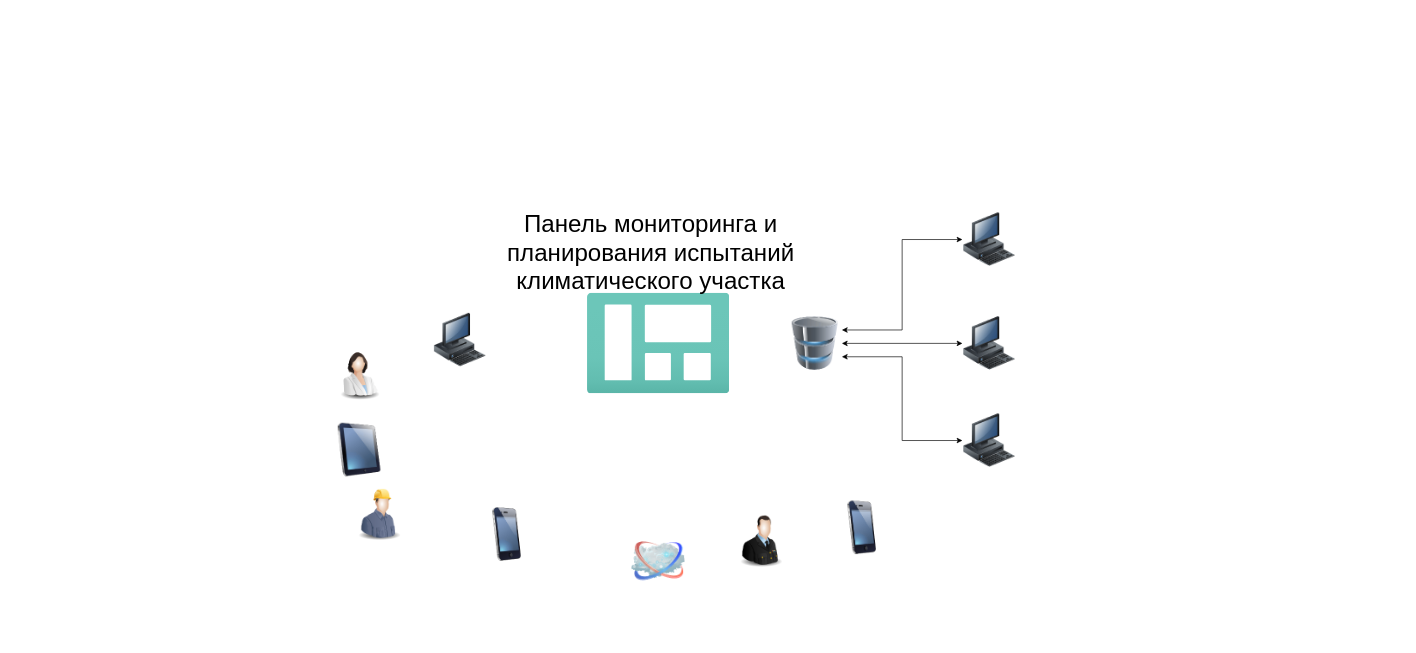
Earlier version of the draw.io diagram Topology.drawio (wolkoduff/-). Source tidied: cells renumbered, new cells numbered last; positions are measured from the earlier drawing's top-left corner, leaving out a move shared by most shapes. Both pictures are drawn from the tidied source at 67%, with x=0, y=0 at pixel (332, 202).
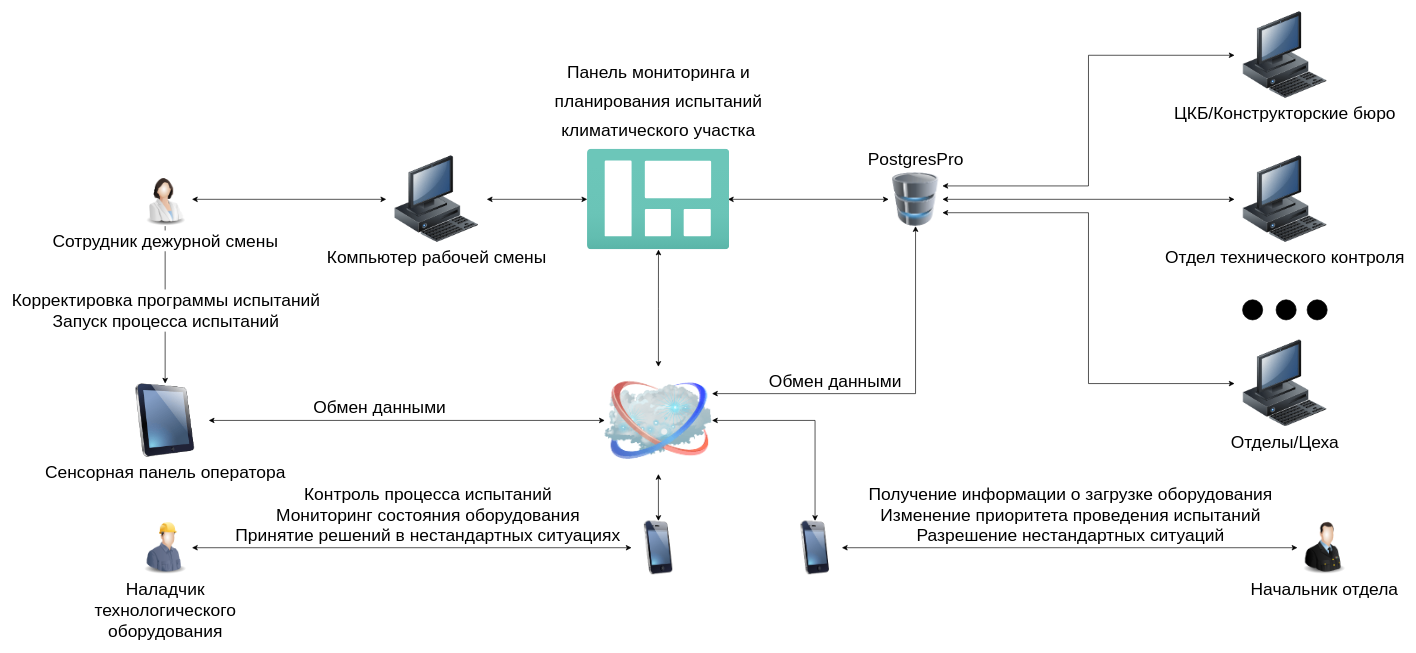
The same diagram, later.

What changed in the source:
```diff
@@
-    <mxCell id="2" style="image;html=1;image=img/lib/clip_art/people/Construction_Worker_Man_128x128.png;" parent="1" vertex="1">
-      <mxGeometry x="30" y="425" width="80" height="80" as="geometry" />
+    <mxCell id="2" value="&lt;font style=&quot;font-size: 26px&quot;&gt;Наладчик&lt;br&gt;технологического&lt;br&gt;оборудования&lt;br&gt;&lt;/font&gt;" style="image;html=1;image=img/lib/clip_art/people/Construction_Worker_Man_128x128.png;labelBackgroundColor=none;" parent="1" vertex="1">
+      <mxGeometry x="-290" y="475" width="80" height="80" as="geometry" />
     </mxCell>
+    <mxCell id="19" style="edgeStyle=orthogonalEdgeStyle;rounded=0;jettySize=auto;html=1;exitX=0;exitY=0.5;exitDx=0;exitDy=0;startArrow=classic;startFill=1;" parent="1" edge="1" source="3" target="15">
+      <mxGeometry relative="1" as="geometry" />
+    </mxCell>
+    <mxCell id="20" value="&lt;font style=&quot;font-size: 26px&quot;&gt;Получение информации о загрузке оборудования&lt;br&gt;Изменение приоритета проведения испытаний&lt;br&gt;Разрешение нестандартных ситуаций&lt;/font&gt;" style="edgeLabel;html=1;align=center;verticalAlign=middle;labelBackgroundColor=none;" parent="19" vertex="1">
+      <mxGeometry x="0.23" y="1" relative="1" as="geometry">
+        <mxPoint x="78" y="-51" as="offset" />
+      </mxGeometry>
+    </mxCell>
-    <mxCell id="3" style="image;html=1;image=img/lib/clip_art/people/Military_Officer_128x128.png;" parent="1" vertex="1">
-      <mxGeometry x="600" y="465" width="80" height="80" as="geometry" />
+    <mxCell id="3" value="&lt;font style=&quot;font-size: 26px&quot;&gt;Начальник отдела&lt;/font&gt;" style="image;html=1;image=img/lib/clip_art/people/Military_Officer_128x128.png;labelBackgroundColor=none;" parent="1" vertex="1">
+      <mxGeometry x="1440" y="475" width="80" height="80" as="geometry" />
     </mxCell>
+    <mxCell id="21" style="edgeStyle=orthogonalEdgeStyle;rounded=0;jettySize=auto;html=1;exitX=1;exitY=0.5;exitDx=0;exitDy=0;entryX=0;entryY=0.5;entryDx=0;entryDy=0;startArrow=classic;startFill=1;" parent="1" edge="1" source="4" target="37">
+      <mxGeometry relative="1" as="geometry" />
+    </mxCell>
+    <mxCell id="22" style="edgeStyle=orthogonalEdgeStyle;rounded=0;jettySize=auto;html=1;exitX=0.5;exitY=1;exitDx=0;exitDy=0;entryX=0.5;entryY=0;entryDx=0;entryDy=0;startArrow=none;startFill=0;" parent="1" edge="1" source="4" target="10">
+      <mxGeometry relative="1" as="geometry" />
+    </mxCell>
+    <mxCell id="23" value="&lt;font style=&quot;font-size: 26px&quot;&gt;Корректировка программы испытаний&lt;br&gt;Запуск процесса испытаний&lt;/font&gt;" style="edgeLabel;html=1;align=center;verticalAlign=middle;labelBackgroundColor=#ffffff;" parent="22" vertex="1">
+      <mxGeometry x="0.22" y="-3" relative="1" as="geometry">
+        <mxPoint x="3" y="-18" as="offset" />
+      </mxGeometry>
+    </mxCell>
-    <mxCell id="4" style="image;html=1;image=img/lib/clip_art/people/Scientist_Woman_128x128.png;" parent="1" vertex="1">
-      <mxGeometry y="215" width="80" height="80" as="geometry" />
+    <mxCell id="4" value="&lt;font style=&quot;font-size: 26px&quot;&gt;Сотрудник дежурной смены&lt;/font&gt;" style="image;html=1;image=img/lib/clip_art/people/Scientist_Woman_128x128.png;labelBackgroundColor=#ffffff;" parent="1" vertex="1">
+      <mxGeometry x="-290" y="-45" width="80" height="80" as="geometry" />
     </mxCell>
@@
-    <mxCell id="6" style="edgeStyle=orthogonalEdgeStyle;rounded=0;jettySize=auto;html=1;exitX=1;exitY=0.5;exitDx=0;exitDy=0;entryX=0;entryY=0.5;entryDx=0;entryDy=0;startArrow=classic;startFill=1;" parent="1" edge="1" source="8" target="13">
+    <mxCell id="6" style="edgeStyle=orthogonalEdgeStyle;rounded=0;jettySize=auto;html=1;exitX=1;exitY=0.5;exitDx=0;exitDy=0;startArrow=classic;startFill=1;" parent="1" edge="1" source="8" target="34">
       <mxGeometry relative="1" as="geometry" />
     </mxCell>
-    <mxCell id="7" style="edgeStyle=orthogonalEdgeStyle;rounded=0;jettySize=auto;html=1;exitX=1;exitY=0.75;exitDx=0;exitDy=0;entryX=0;entryY=0.5;entryDx=0;entryDy=0;startArrow=classic;startFill=1;" parent="1" edge="1" source="8" target="14">
+    <mxCell id="7" style="edgeStyle=orthogonalEdgeStyle;rounded=0;jettySize=auto;html=1;exitX=1;exitY=0.75;exitDx=0;exitDy=0;entryX=0;entryY=0.5;entryDx=0;entryDy=0;startArrow=classic;startFill=1;" parent="1" edge="1" source="8" target="35">
       <mxGeometry relative="1" as="geometry" />
     </mxCell>
+    <mxCell id="24" style="edgeStyle=orthogonalEdgeStyle;rounded=0;jettySize=auto;html=1;exitX=0;exitY=0.5;exitDx=0;exitDy=0;entryX=0.988;entryY=0.5;entryDx=0;entryDy=0;entryPerimeter=0;startArrow=classic;startFill=1;" parent="1" edge="1" source="8" target="17">
+      <mxGeometry relative="1" as="geometry" />
+    </mxCell>
     <mxCell id="8" style="image;html=1;image=img/lib/clip_art/computers/Database_128x128.png;" parent="1" vertex="1">
-      <mxGeometry x="680" y="170" width="80" height="80" as="geometry" />
+      <mxGeometry x="830" y="-45" width="80" height="80" as="geometry" />
     </mxCell>
+    <mxCell id="25" style="edgeStyle=orthogonalEdgeStyle;rounded=0;jettySize=auto;html=1;exitX=0.5;exitY=0;exitDx=0;exitDy=0;startArrow=classic;startFill=1;" parent="1" edge="1" source="9" target="17">
+      <mxGeometry relative="1" as="geometry" />
+    </mxCell>
+    <mxCell id="26" style="edgeStyle=orthogonalEdgeStyle;rounded=0;jettySize=auto;html=1;startArrow=classic;startFill=1;exitX=1;exitY=0.25;exitDx=0;exitDy=0;" parent="1" edge="1" source="9" target="8">
+      <mxGeometry relative="1" as="geometry" />
+    </mxCell>
+    <mxCell id="27" value="&lt;font style=&quot;font-size: 26px&quot;&gt;Обмен данными&lt;/font&gt;" style="edgeLabel;html=1;align=center;verticalAlign=middle;labelBackgroundColor=none;" parent="26" vertex="1">
+      <mxGeometry x="-0.04" y="2" relative="1" as="geometry">
+        <mxPoint x="-83" y="-18" as="offset" />
+      </mxGeometry>
+    </mxCell>
     <mxCell id="9" style="image;html=1;image=img/lib/clip_art/networking/Cloud_128x128.png;" parent="1" vertex="1">
-      <mxGeometry x="446.2" y="495" width="80" height="80" as="geometry" />
+      <mxGeometry x="406.2" y="245" width="160" height="160" as="geometry" />
     </mxCell>
+    <mxCell id="28" style="edgeStyle=orthogonalEdgeStyle;rounded=0;jettySize=auto;html=1;exitX=1;exitY=0.5;exitDx=0;exitDy=0;entryX=0;entryY=0.5;entryDx=0;entryDy=0;startArrow=classic;startFill=1;" parent="1" edge="1" source="10" target="9">
+      <mxGeometry relative="1" as="geometry" />
+    </mxCell>
+    <mxCell id="29" value="&lt;font style=&quot;font-size: 26px&quot;&gt;Обмен данными&lt;/font&gt;" style="edgeLabel;html=1;align=center;verticalAlign=middle;labelBackgroundColor=none;" parent="28" vertex="1">
+      <mxGeometry x="-0.14" y="-2" relative="1" as="geometry">
+        <mxPoint y="-22" as="offset" />
+      </mxGeometry>
+    </mxCell>
-    <mxCell id="10" style="image;html=1;image=img/lib/clip_art/computers/iPad_128x128.png;" parent="1" vertex="1">
-      <mxGeometry y="329" width="80" height="80" as="geometry" />
+    <mxCell id="10" value="&lt;font style=&quot;font-size: 26px&quot;&gt;Сенсорная панель оператора&lt;/font&gt;" style="image;html=1;image=img/lib/clip_art/computers/iPad_128x128.png;labelBackgroundColor=none;" parent="1" vertex="1">
+      <mxGeometry x="-315" y="270" width="130" height="110" as="geometry" />
     </mxCell>
-    <mxCell id="11" style="image;html=1;image=img/lib/clip_art/computers/Workstation_128x128.png;" parent="1" vertex="1">
-      <mxGeometry x="150" y="165" width="80" height="80" as="geometry" />
-    </mxCell>
-    <mxCell id="12" style="image;html=1;image=img/lib/clip_art/computers/Workstation_128x128.png;" parent="1" vertex="1">
-      <mxGeometry x="940" y="15" width="80" height="80" as="geometry" />
+    <mxCell id="12" value="&lt;font style=&quot;font-size: 26px&quot;&gt;ЦКБ/Конструкторские бюро&lt;/font&gt;" style="image;html=1;image=img/lib/clip_art/computers/Workstation_128x128.png;labelBackgroundColor=none;" parent="1" vertex="1">
+      <mxGeometry x="1346.2" y="-285" width="150" height="130" as="geometry" />
     </mxCell>
-    <mxCell id="13" style="image;html=1;image=img/lib/clip_art/computers/Workstation_128x128.png;" parent="1" vertex="1">
-      <mxGeometry x="940" y="170" width="80" height="80" as="geometry" />
-    </mxCell>
-    <mxCell id="14" style="image;html=1;image=img/lib/clip_art/computers/Workstation_128x128.png;" parent="1" vertex="1">
-      <mxGeometry x="940" y="315" width="80" height="80" as="geometry" />
-    </mxCell>
+    <mxCell id="30" style="edgeStyle=orthogonalEdgeStyle;rounded=0;jettySize=auto;html=1;exitX=0.5;exitY=0;exitDx=0;exitDy=0;entryX=1;entryY=0.5;entryDx=0;entryDy=0;startArrow=classic;startFill=1;" parent="1" edge="1" source="15" target="9">
+      <mxGeometry relative="1" as="geometry" />
+    </mxCell>
     <mxCell id="15" style="image;html=1;image=img/lib/clip_art/telecommunication/iPhone_128x128.png;" parent="1" vertex="1">
-      <mxGeometry x="750" y="445" width="80" height="80" as="geometry" />
+      <mxGeometry x="680" y="475" width="80" height="80" as="geometry" />
     </mxCell>
+    <mxCell id="31" style="edgeStyle=orthogonalEdgeStyle;rounded=0;jettySize=auto;html=1;exitX=0.5;exitY=0;exitDx=0;exitDy=0;startArrow=classic;startFill=1;" parent="1" edge="1" source="16" target="9">
+      <mxGeometry relative="1" as="geometry" />
+    </mxCell>
+    <mxCell id="32" style="edgeStyle=orthogonalEdgeStyle;rounded=0;jettySize=auto;html=1;exitX=0;exitY=0.5;exitDx=0;exitDy=0;startArrow=classic;startFill=1;" parent="1" edge="1" source="16" target="2">
+      <mxGeometry relative="1" as="geometry" />
+    </mxCell>
+    <mxCell id="33" value="&lt;font style=&quot;font-size: 26px&quot;&gt;Контроль процесса испытаний&lt;br&gt;Мониторинг состояния оборудования&lt;br&gt;Принятие решений в нестандартных ситуациях&lt;/font&gt;" style="edgeLabel;html=1;align=center;verticalAlign=middle;labelBackgroundColor=none;" parent="32" vertex="1">
+      <mxGeometry x="0.32" y="-4" relative="1" as="geometry">
+        <mxPoint x="128" y="-46" as="offset" />
+      </mxGeometry>
+    </mxCell>
     <mxCell id="16" style="image;html=1;image=img/lib/clip_art/telecommunication/iPhone_128x128.png;" parent="1" vertex="1">
-      <mxGeometry x="220" y="455" width="80" height="80" as="geometry" />
+      <mxGeometry x="446.2" y="475" width="80" height="80" as="geometry" />
     </mxCell>
     <mxCell id="17" style="html=1;points=[];align=center;image;fontSize=12;image=img/lib/azure2/general/Dashboard.svg;" parent="1" vertex="1">
-      <mxGeometry x="380" y="135" width="212.5" height="150" as="geometry" />
+      <mxGeometry x="380" y="-80" width="212.5" height="150" as="geometry" />
     </mxCell>
-    <mxCell id="18" value="Панель мониторинга и&#10;планирования испытаний&#10;климатического участка" style="text;align=center;verticalAlign=middle;fillColor=none;strokeColor=none;rounded=0;spacing=1;fontSize=36;fontFamily=Helvetica;" parent="1" vertex="1">
-      <mxGeometry x="250" width="450" height="140" as="geometry" />
+    <mxCell id="18" value="&lt;font style=&quot;font-size: 26px&quot;&gt;Панель мониторинга и&lt;br&gt;планирования испытаний&lt;br&gt;&lt;span style=&quot;font-family: &amp;#34;helvetica&amp;#34;&quot;&gt;климатического участка&lt;/span&gt;&lt;/font&gt;" style="text;align=center;verticalAlign=middle;fillColor=none;strokeColor=none;rounded=0;spacing=0;fontSize=36;fontFamily=Helvetica;html=1;arcSize=10;imageWidth=22;imageHeight=22;imageAspect=0;imageAlign=center;" parent="1" vertex="1">
+      <mxGeometry x="326.2" y="-230" width="320" height="150" as="geometry" />
     </mxCell>
+    <mxCell id="34" value="&lt;font style=&quot;font-size: 26px&quot;&gt;Отдел технического контроля&lt;/font&gt;" style="image;html=1;image=img/lib/clip_art/computers/Workstation_128x128.png;labelBackgroundColor=none;" parent="1" vertex="1">
+      <mxGeometry x="1346.2" y="-70" width="150" height="130" as="geometry" />
+    </mxCell>
+    <mxCell id="35" value="&lt;font style=&quot;font-size: 26px&quot;&gt;Отделы/Цеха&lt;/font&gt;" style="image;html=1;image=img/lib/clip_art/computers/Workstation_128x128.png;labelBackgroundColor=none;" parent="1" vertex="1">
+      <mxGeometry x="1346.2" y="205" width="150" height="130" as="geometry" />
+    </mxCell>
+    <mxCell id="36" style="edgeStyle=orthogonalEdgeStyle;rounded=0;jettySize=auto;html=1;startArrow=classic;startFill=1;" parent="1" edge="1" source="37" target="17">
+      <mxGeometry relative="1" as="geometry" />
+    </mxCell>
+    <mxCell id="37" value="&lt;font style=&quot;font-size: 26px&quot;&gt;Компьютер рабочей смены&lt;/font&gt;" style="image;html=1;image=img/lib/clip_art/computers/Workstation_128x128.png;labelBackgroundColor=none;" parent="1" vertex="1">
+      <mxGeometry x="80" y="-70" width="150" height="130" as="geometry" />
+    </mxCell>
+    <mxCell id="38" value="&lt;font style=&quot;font-size: 26px&quot;&gt;PostgresPro&lt;/font&gt;" style="text;html=1;align=center;verticalAlign=middle;fillColor=none;strokeColor=none;rounded=0;" parent="1" vertex="1">
+      <mxGeometry x="790" y="-75" width="160" height="20" as="geometry" />
+    </mxCell>
+    <mxCell id="39" style="ellipse;whiteSpace=wrap;html=1;fillColor=#000000;" parent="1" vertex="1">
+      <mxGeometry x="1358.1" y="145" width="30" height="30" as="geometry" />
+    </mxCell>
+    <mxCell id="40" style="ellipse;whiteSpace=wrap;html=1;fillColor=#000000;" parent="1" vertex="1">
+      <mxGeometry x="1408.1" y="145" width="30" height="30" as="geometry" />
+    </mxCell>
+    <mxCell id="41" style="ellipse;whiteSpace=wrap;html=1;fillColor=#000000;" parent="1" vertex="1">
+      <mxGeometry x="1454.4" y="145" width="30" height="30" as="geometry" />
+    </mxCell>
```
